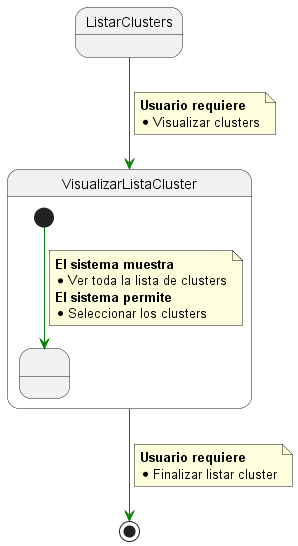
Before: 000-entregas/Grupo1/DetalleCasosDeUso/images/ListarClusters.png, a diagram exported from PlantUML (mmasias/IdSw1-22-23). The source it was exported from:
```plantuml
@startuml ListarClusters

State ListarClusters

State VisualizarListaCluster{

  state state1 as " "

  [*] -[#green]-> state1

  note on link
      <b>El sistema muestra
      * Ver toda la lista de clusters
      <b>El sistema permite
      * Seleccionar los clusters
  end note

}


ListarClusters -[#green]-> VisualizarListaCluster
note on link
   <b>Usuario requiere
   * Visualizar clusters
end note

VisualizarListaCluster -[#green]-> [*]
note on link
  <b>Usuario requiere
  * Finalizar listar cluster
end note


@enduml
```
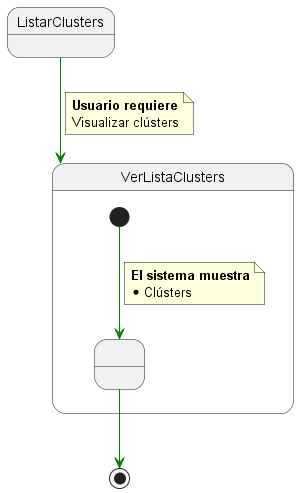
After the change.

What changed in the source:
```diff
@@ -2,33 +2,28 @@
 
 State ListarClusters
 
-State VisualizarListaCluster{
+State VerListaClusters{
 
-  state state1 as " "
+  State state1 as " "
 
   [*] -[#green]-> state1
 
   note on link
-      <b>El sistema muestra
-      * Ver toda la lista de clusters
-      <b>El sistema permite
-      * Seleccionar los clusters
+    <b>El sistema muestra
+    * Clústers
   end note
+
 
 }
 
+ListarClusters-[#green]-> VerListaClusters
 
-ListarClusters -[#green]-> VisualizarListaCluster
 note on link
-   <b>Usuario requiere
-   * Visualizar clusters
+ <b>Usuario requiere
+ Visualizar clústers
 end note
 
-VisualizarListaCluster -[#green]-> [*]
-note on link
-  <b>Usuario requiere
-  * Finalizar listar cluster
-end note
+state1 -[#green]-> [*]
 
 
 @enduml
```
